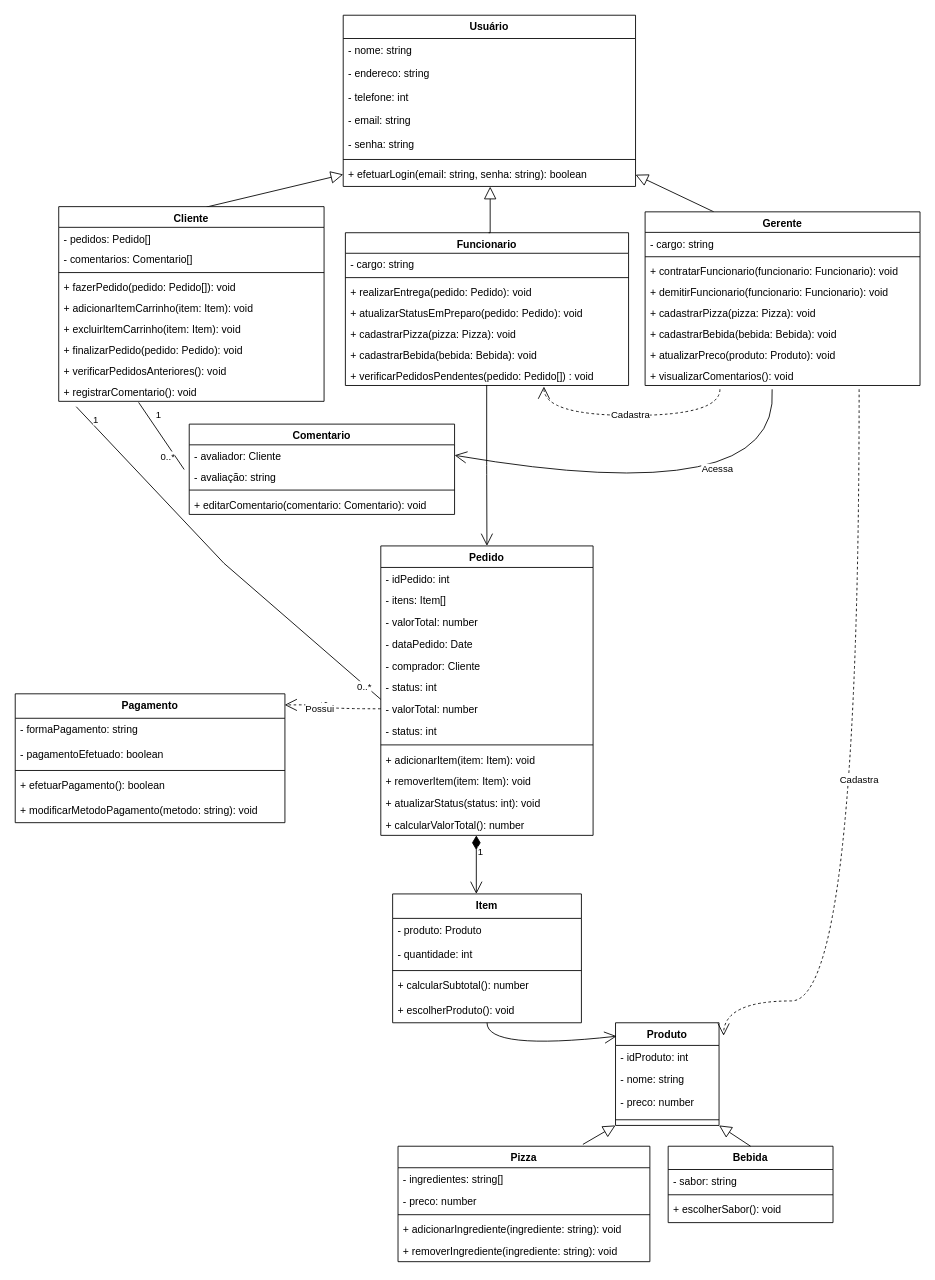
Above: Diagramas/Trab_EngenhariaSF.drawio in Mateus-Fernandes-Barbosa/EngenhariaDeSoftware (draw.io), before the change. Source tidied: cells renumbered, new cells numbered last; positions are measured from the earlier drawing's top-left corner, leaving out a move shared by most shapes. Both pictures are drawn from the tidied source at 87%, with x=0, y=0 at pixel (15, 15).
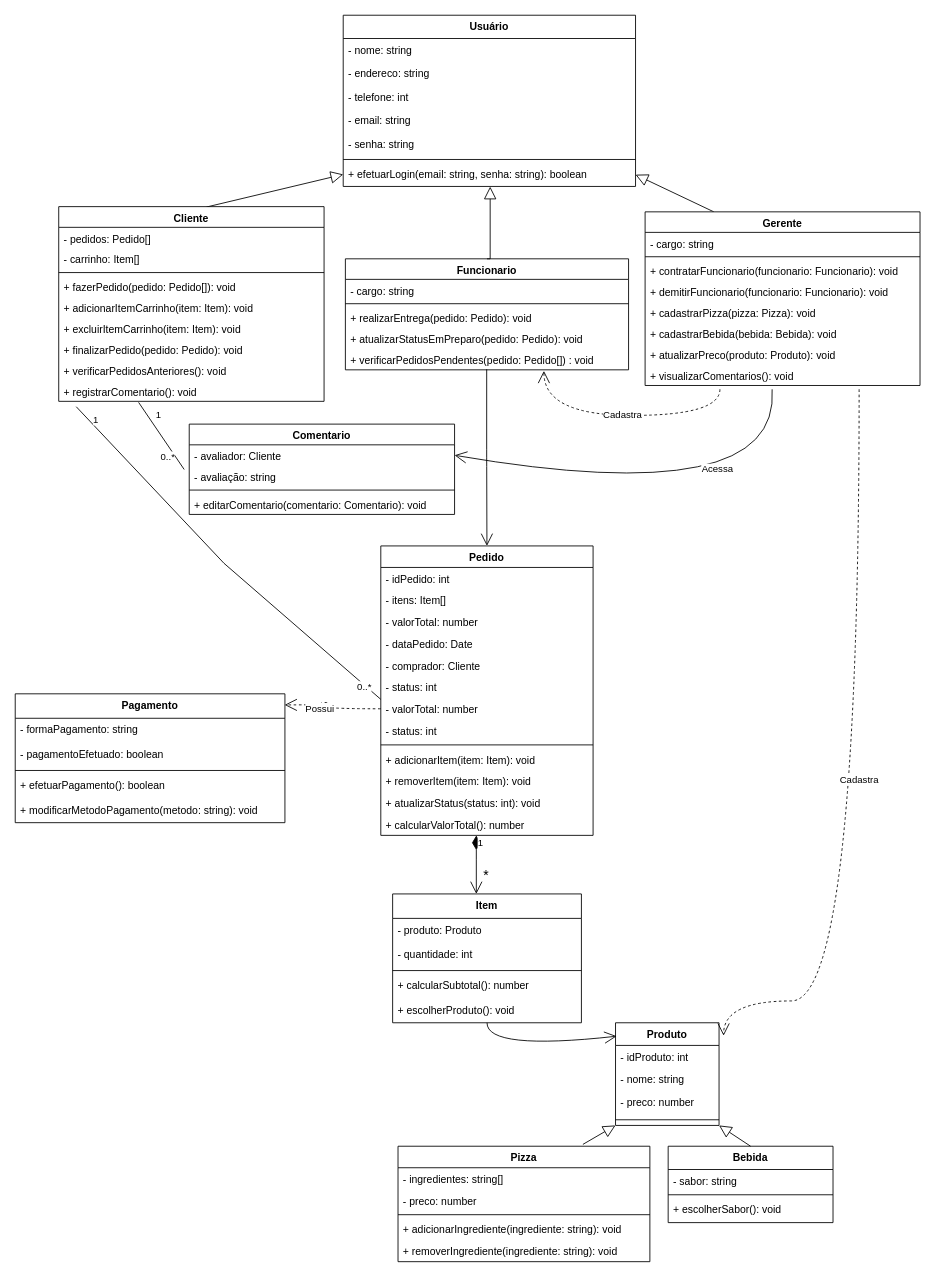
Above is the later version.

Unchanged cells that the change refers to:
```xml
<mxCell id="43" value="+ calcularValorTotal(): number" style="text;strokeColor=none;fillColor=none;align=left;verticalAlign=top;spacingLeft=4;spacingRight=4;overflow=hidden;points=[[0,0.5],[1,0.5]];portConstraint=eastwest;" parent="30" vertex="1">
  <mxGeometry y="307.7" width="244" height="25" as="geometry" />
</mxCell>
<mxCell id="91" value="Cliente" style="swimlane;fontStyle=1;align=center;verticalAlign=top;horizontal=1;startSize=23.8104775168679;" parent="1" vertex="1">
  <mxGeometry x="50" y="220" width="305" height="223.8" as="geometry" />
</mxCell>
```

Diff of the diagram source:
```diff
@@
     <mxCell id="2" value="Funcionario" style="swimlane;fontStyle=1;align=center;verticalAlign=top;horizontal=1;startSize=23.605931599934895;" parent="1" vertex="1">
-      <mxGeometry x="379.5" y="250" width="325.5" height="175.6" as="geometry" />
+      <mxGeometry x="379.5" y="280" width="325.5" height="127.6" as="geometry" />
     </mxCell>
@@
-    <mxCell id="7" value="+ cadastrarPizza(pizza: Pizza): void" style="text;strokeColor=none;fillColor=none;align=left;verticalAlign=top;spacingLeft=4;spacingRight=4;overflow=hidden;" parent="2" vertex="1">
-      <mxGeometry y="103.6" width="325.5" height="24" as="geometry" />
-    </mxCell>
-    <mxCell id="8" value="+ cadastrarBebida(bebida: Bebida): void" style="text;strokeColor=none;fillColor=none;align=left;verticalAlign=top;spacingLeft=4;spacingRight=4;overflow=hidden;" parent="2" vertex="1">
-      <mxGeometry y="127.6" width="325.5" height="24" as="geometry" />
-    </mxCell>
     <mxCell id="9" value="+ verificarPedidosPendentes(pedido: Pedido[]) : void" style="text;strokeColor=none;fillColor=none;align=left;verticalAlign=top;spacingLeft=4;spacingRight=4;overflow=hidden;points=[[0,0.5],[1,0.5]];portConstraint=eastwest;" parent="2" vertex="1">
-      <mxGeometry y="151.6" width="325.5" height="24" as="geometry" />
+      <mxGeometry y="103.6" width="325.5" height="24" as="geometry" />
     </mxCell>
@@
-    <mxCell id="67" style="rounded=0;orthogonalLoop=1;jettySize=auto;html=1;endArrow=block;endFill=0;endSize=12;edgeStyle=orthogonalEdgeStyle;exitX=0.5;exitY=0;exitDx=0;exitDy=0;" parent="1" edge="1">
+    <mxCell id="67" style="rounded=0;jettySize=auto;html=1;endArrow=block;endFill=0;endSize=12;edgeStyle=orthogonalEdgeStyle;exitX=0.5;exitY=0;exitDx=0;exitDy=0;" parent="1" edge="1" source="2">
       <mxGeometry relative="1" as="geometry">
-        <mxPoint x="544.1" y="250" as="sourcePoint" />
         <mxPoint x="545.9" y="197" as="targetPoint" />
         <Array as="points">
-          <mxPoint x="546" y="250" />
+          <mxPoint x="546" y="280" />
         </Array>
       </mxGeometry>
     </mxCell>
@@
-    <mxCell id="93" value="- comentarios: Comentario[]" style="text;strokeColor=none;fillColor=none;align=left;verticalAlign=top;spacingLeft=4;spacingRight=4;overflow=hidden;" parent="91" vertex="1">
+    <mxCell id="93" value="- carrinho: Item[]" style="text;strokeColor=none;fillColor=none;align=left;verticalAlign=top;spacingLeft=4;spacingRight=4;overflow=hidden;" parent="91" vertex="1">
       <mxGeometry y="47.8" width="305" height="24" as="geometry" />
     </mxCell>
@@
     <mxCell id="101" value="1" style="endArrow=open;html=1;endSize=12;startArrow=diamondThin;startSize=14;startFill=1;edgeStyle=orthogonalEdgeStyle;align=left;verticalAlign=bottom;rounded=0;" parent="1" edge="1" source="43">
-      <mxGeometry x="-0.17" relative="1" as="geometry">
+      <mxGeometry x="-0.49" relative="1" as="geometry">
         <mxPoint x="530" y="1010" as="targetPoint" />
         <Array as="points">
-          <mxPoint x="530" y="1010" />
+          <mxPoint x="530" y="970" />
+          <mxPoint x="530" y="970" />
         </Array>
       </mxGeometry>
     </mxCell>
+    <mxCell id="102" value="*" style="edgeLabel;html=1;align=center;verticalAlign=middle;fontSize=16;" parent="101" vertex="1">
+      <mxGeometry x="0.37" y="-2" relative="1" as="geometry">
+        <mxPoint x="12" as="offset" />
+      </mxGeometry>
+    </mxCell>
```
